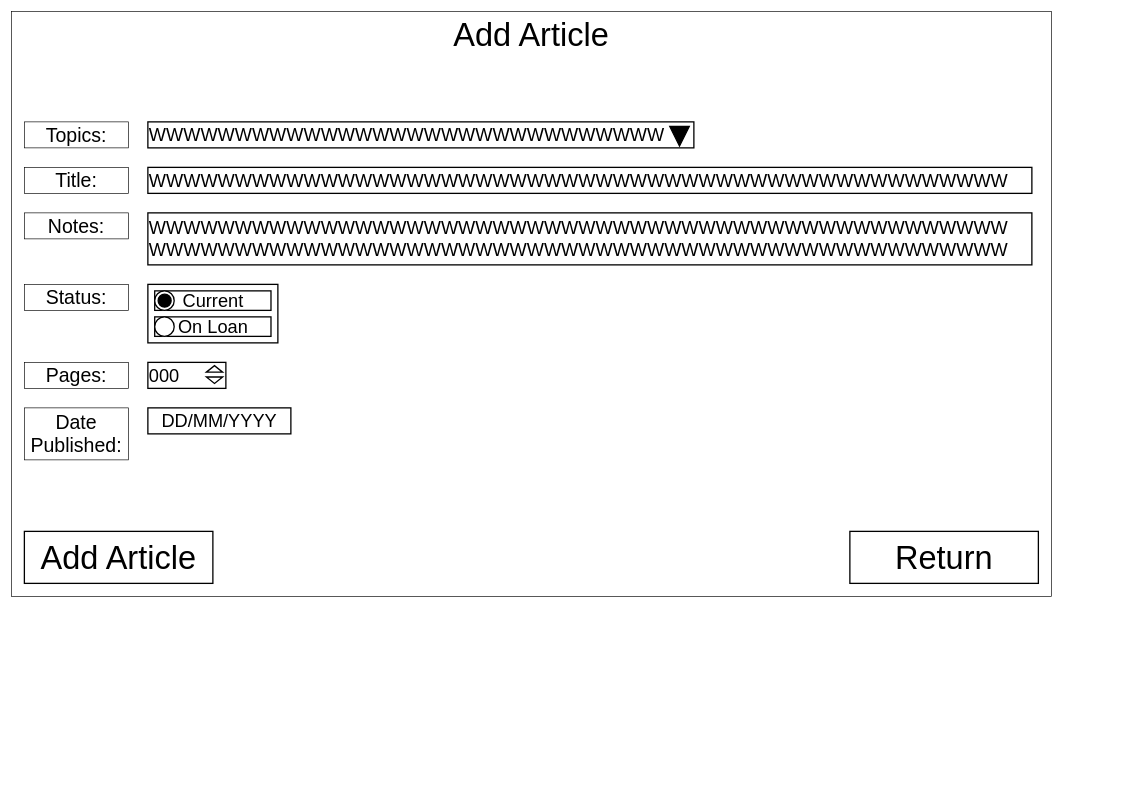
Above: AddArticle.drawio in guywhohasagun/5603ass2 (draw.io), before the change. Source tidied: cells renumbered, new cells numbered last; positions are measured from the earlier drawing's top-left corner, leaving out a move shared by most shapes. Both pictures are drawn from the tidied source at 65%, with x=0, y=0 at pixel (11, 11).
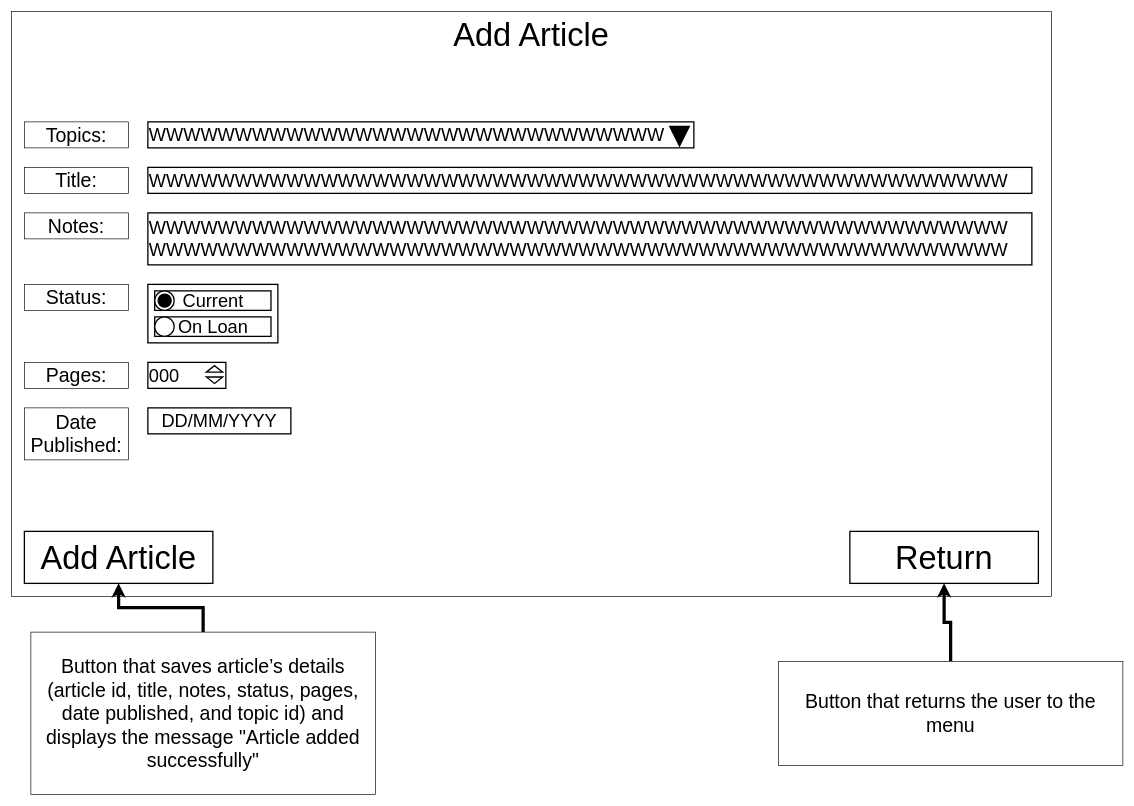
The same diagram, later.

Unchanged cells that the change refers to:
```xml
<mxCell id="28" value="Add Article" style="rounded=0;whiteSpace=wrap;html=1;fontSize=50;strokeWidth=2;" parent="1" vertex="1">
  <mxGeometry x="20" y="800" width="290" height="80" as="geometry" />
</mxCell>
<mxCell id="29" value="Return" style="rounded=0;whiteSpace=wrap;html=1;fontSize=50;strokeWidth=2;" parent="1" vertex="1">
  <mxGeometry x="1290" y="800" width="290" height="80" as="geometry" />
</mxCell>
```

Change to the diagram source:
```diff
@@
+    <mxCell id="30" style="edgeStyle=orthogonalEdgeStyle;rounded=0;jettySize=auto;html=1;fontSize=100;strokeWidth=5;" parent="1" edge="1" source="31" target="29">
+      <mxGeometry relative="1" as="geometry">
+        <Array as="points">
+          <mxPoint x="1445" y="940" />
+          <mxPoint x="1435" y="940" />
+        </Array>
+      </mxGeometry>
+    </mxCell>
+    <mxCell id="31" value="Button that returns the user to the menu" style="rounded=0;whiteSpace=wrap;html=1;fontSize=30;" parent="1" vertex="1">
+      <mxGeometry x="1180" y="1000" width="530" height="160" as="geometry" />
+    </mxCell>
+    <mxCell id="32" style="edgeStyle=orthogonalEdgeStyle;rounded=0;jettySize=auto;html=1;entryX=0.5;entryY=1;entryDx=0;entryDy=0;strokeWidth=5;" parent="1" edge="1" source="33" target="28">
+      <mxGeometry relative="1" as="geometry" />
+    </mxCell>
+    <mxCell id="33" value="Button that saves article’s details (article id, title, notes, status, pages, date published, and topic id) and displays the message &quot;Article added successfully&quot;" style="rounded=0;whiteSpace=wrap;html=1;fontSize=30;" parent="1" vertex="1">
+      <mxGeometry x="30" y="955" width="530" height="250" as="geometry" />
+    </mxCell>
```
